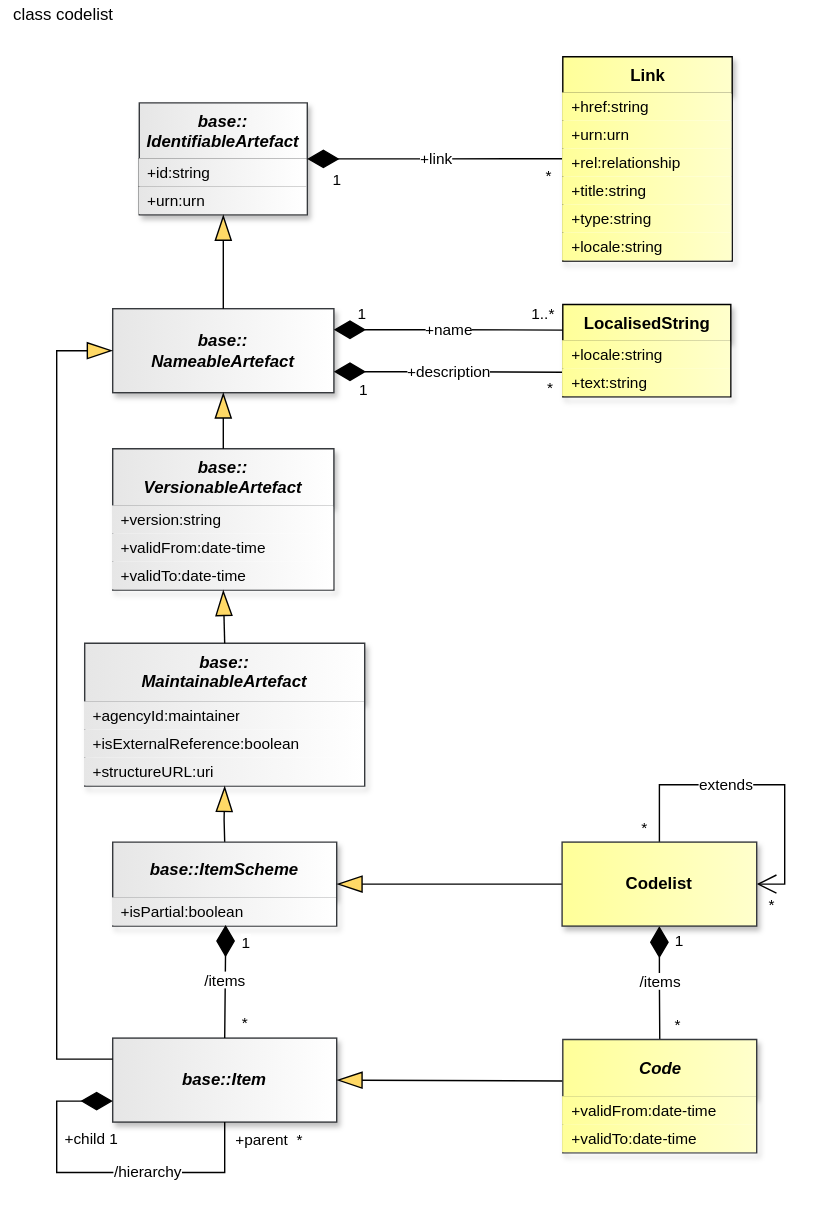
This is docs/information_model/media/sdmx_codelist-codelist.svg from sdmx-twg/sdmx-im, a draw.io export, as it was before one commit. Source tidied: cells renumbered, new cells last; positions are measured from the earlier drawing's top-left corner, leaving out a move shared by most shapes.
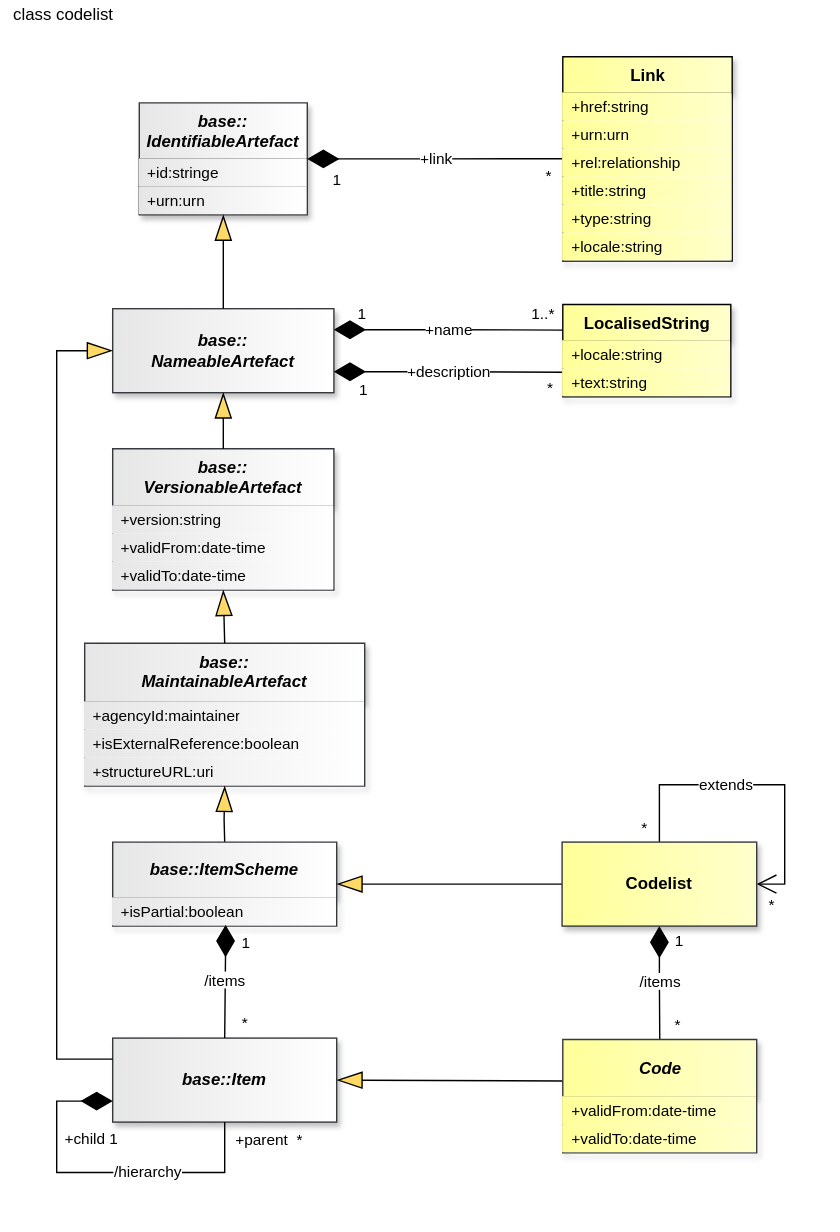
Later version of the same file.

What changed in the source:
```diff
@@ -65,7 +65,7 @@
     <mxCell id="22" value="base::&lt;br&gt;IdentifiableArtefact" style="swimlane;fontStyle=3;align=center;verticalAlign=top;horizontal=1;startSize=40;whiteSpace=wrap;html=1;strokeColor=#36393d;fontFamily=Helvetica;fontSize=12;fillColor=light-dark(#E6E6E6,#E6E6E6);gradientDirection=east;gradientColor=light-dark(#FFFFFF,#FFFFFF);fontColor=light-dark(#000000,#000000);shadow=1;perimeterSpacing=0;strokeWidth=1;textShadow=0;groupPadding=0;swimlaneFillColor=default;" parent="1" vertex="1">
       <mxGeometry x="99" y="73" width="120" height="80" as="geometry" />
     </mxCell>
-    <mxCell id="23" value="+id:string" style="text;strokeColor=default;fillColor=light-dark(#E6E6E6,#E6E6E6);align=left;verticalAlign=middle;spacingLeft=4;spacingRight=4;overflow=hidden;whiteSpace=wrap;html=1;fontFamily=Helvetica;fontSize=11;fontColor=light-dark(#000000,#000000);fontStyle=0;gradientColor=light-dark(#FFFFFF,#FFFFFF);gradientDirection=east;strokeWidth=0;" parent="22" vertex="1">
+    <mxCell id="23" value="+id:stringe" style="text;strokeColor=default;fillColor=light-dark(#E6E6E6,#E6E6E6);align=left;verticalAlign=middle;spacingLeft=4;spacingRight=4;overflow=hidden;whiteSpace=wrap;html=1;fontFamily=Helvetica;fontSize=11;fontColor=light-dark(#000000,#000000);fontStyle=0;gradientColor=light-dark(#FFFFFF,#FFFFFF);gradientDirection=east;strokeWidth=0;" parent="22" vertex="1">
       <mxGeometry y="40" width="120" height="20" as="geometry" />
     </mxCell>
     <mxCell id="24" value="+urn:urn" style="text;strokeColor=default;fillColor=light-dark(#E6E6E6,#E6E6E6);align=left;verticalAlign=middle;spacingLeft=4;spacingRight=4;overflow=hidden;whiteSpace=wrap;html=1;fontFamily=Helvetica;fontSize=11;fontColor=light-dark(#000000,#000000);fontStyle=0;gradientColor=light-dark(#FFFFFF,#FFFFFF);gradientDirection=east;strokeWidth=0;" parent="22" vertex="1">
```
